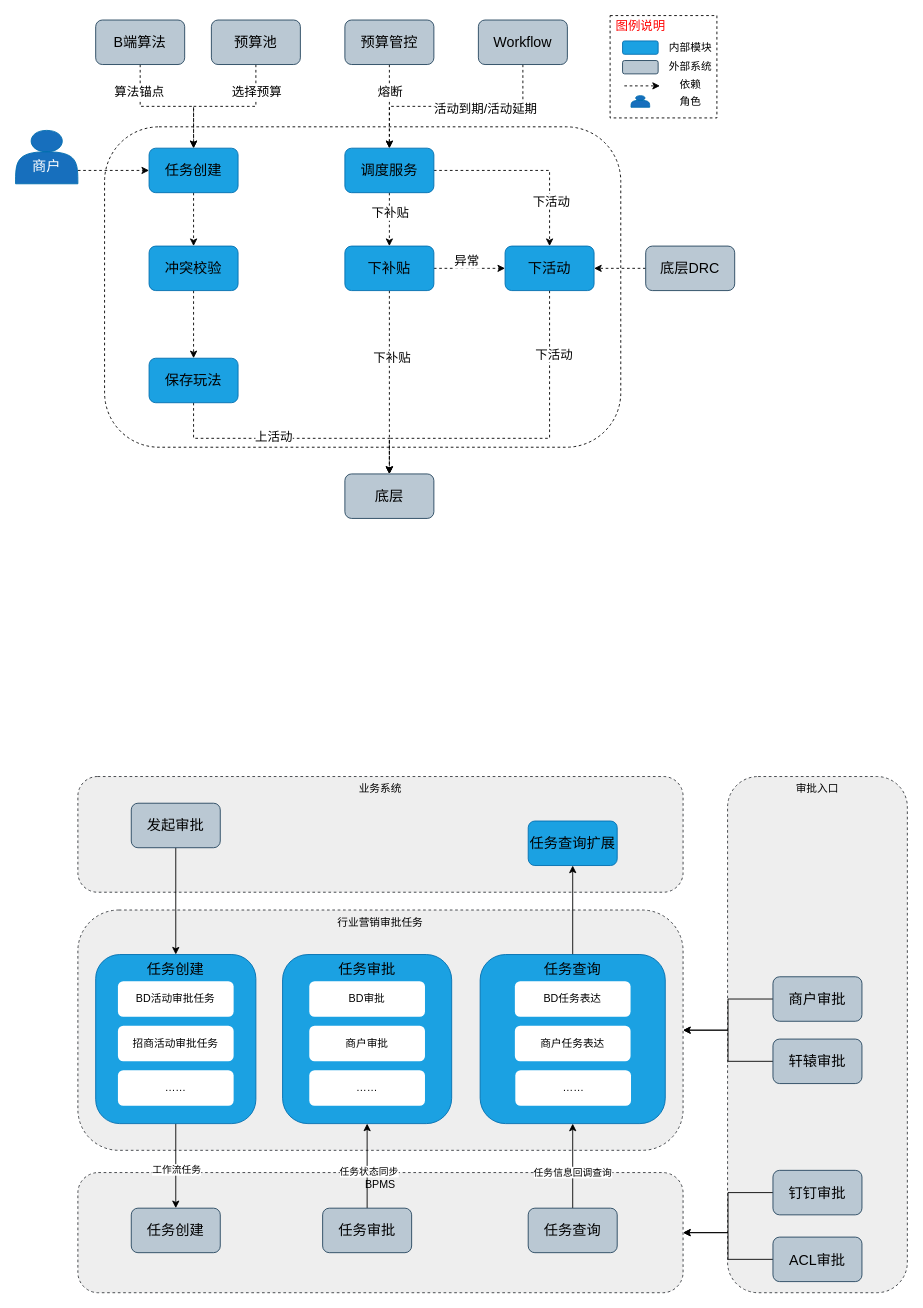
Earlier version of the draw.io diagram page "审批流逻辑架构" (2 of 5) of 阶梯爆红包架构方案.drawio (jon-kong/draw.io). Source tidied: cells renumbered, new cells numbered last; positions are measured from the earlier drawing's top-left corner, leaving out a move shared by most shapes. Both pictures are drawn from the tidied source at 89%, with x=0, y=0 at pixel (15, 15).
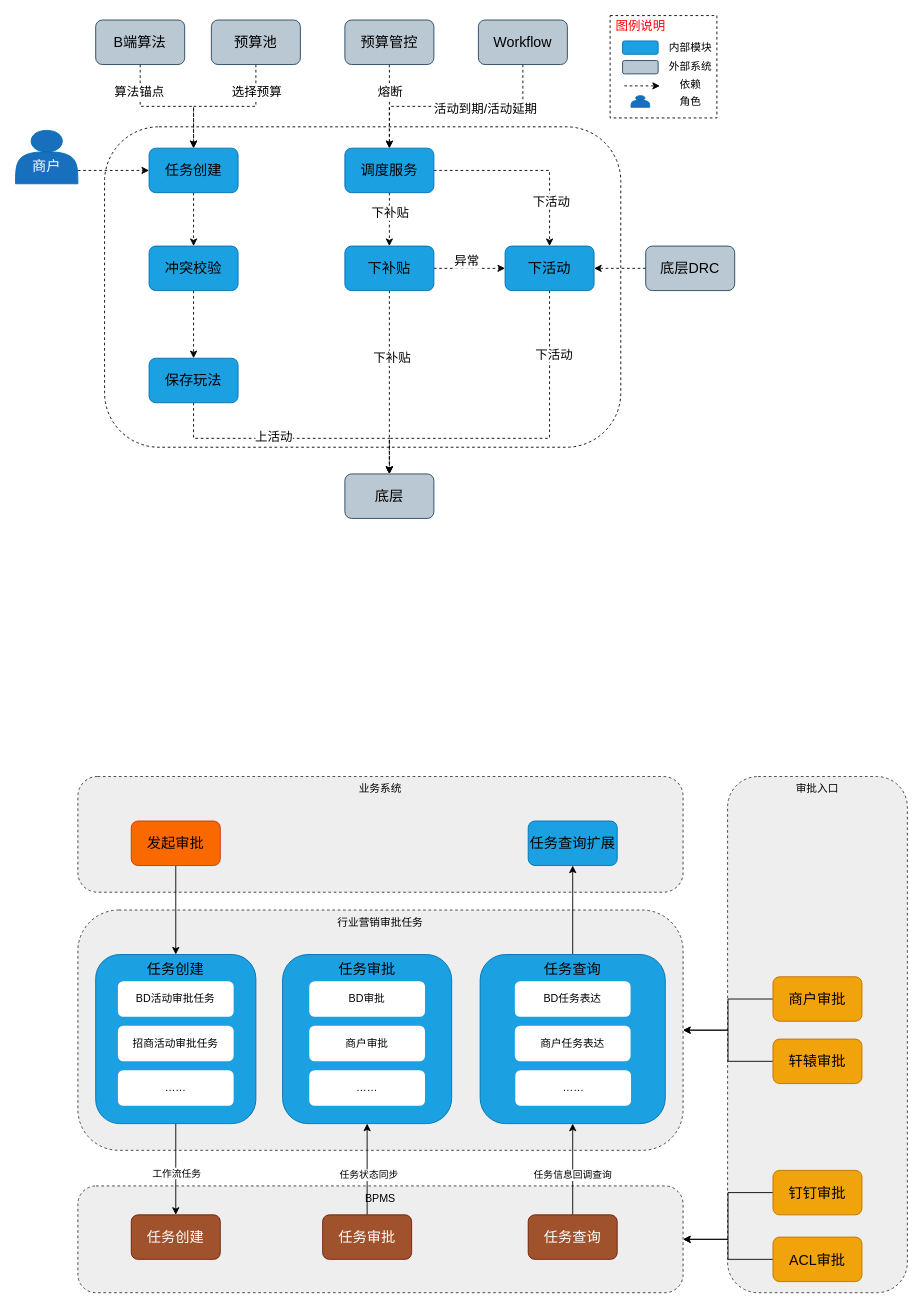
After the change.

Diff of the diagram source:
```diff
@@
     <mxCell id="2" value="BPMS" style="rounded=1;whiteSpace=wrap;html=1;dashed=1;arcSize=17;verticalAlign=top;fillColor=#eeeeee;strokeColor=#36393d;" parent="1" vertex="1">
-      <mxGeometry x="70" y="1300" width="680" height="135" as="geometry" />
+      <mxGeometry x="70" y="1315" width="680" height="120" as="geometry" />
     </mxCell>
@@
-    <mxCell id="59" value="商户审批" style="rounded=1;whiteSpace=wrap;html=1;fillColor=#bac8d3;strokeColor=#23445d;fontSize=16;" parent="1" vertex="1">
+    <mxCell id="59" value="商户审批" style="rounded=1;whiteSpace=wrap;html=1;fillColor=#f0a30a;strokeColor=#BD7000;fontSize=16;fontColor=#000000;" parent="1" vertex="1">
       <mxGeometry x="851" y="1080" width="100" height="50" as="geometry" />
     </mxCell>
@@
-    <mxCell id="61" value="轩辕审批" style="rounded=1;whiteSpace=wrap;html=1;fillColor=#bac8d3;strokeColor=#23445d;fontSize=16;" parent="1" vertex="1">
+    <mxCell id="61" value="轩辕审批" style="rounded=1;whiteSpace=wrap;html=1;fillColor=#f0a30a;strokeColor=#BD7000;fontSize=16;fontColor=#000000;" parent="1" vertex="1">
       <mxGeometry x="851" y="1150" width="100" height="50" as="geometry" />
     </mxCell>
@@
-    <mxCell id="63" value="钉钉审批" style="rounded=1;whiteSpace=wrap;html=1;fillColor=#bac8d3;strokeColor=#23445d;fontSize=16;" parent="1" vertex="1">
+    <mxCell id="63" value="钉钉审批" style="rounded=1;whiteSpace=wrap;html=1;fillColor=#f0a30a;strokeColor=#BD7000;fontSize=16;fontColor=#000000;" parent="1" vertex="1">
       <mxGeometry x="851" y="1297.5" width="100" height="50" as="geometry" />
     </mxCell>
@@
-    <mxCell id="65" value="ACL审批" style="rounded=1;whiteSpace=wrap;html=1;fillColor=#bac8d3;strokeColor=#23445d;fontSize=16;" parent="1" vertex="1">
+    <mxCell id="65" value="ACL审批" style="rounded=1;whiteSpace=wrap;html=1;fillColor=#f0a30a;strokeColor=#BD7000;fontSize=16;fontColor=#000000;" parent="1" vertex="1">
       <mxGeometry x="851" y="1372.5" width="100" height="50" as="geometry" />
     </mxCell>
-    <mxCell id="66" value="任务创建" style="rounded=1;whiteSpace=wrap;html=1;fillColor=#bac8d3;strokeColor=#23445d;fontSize=16;" parent="1" vertex="1">
-      <mxGeometry x="130" y="1340" width="100" height="50" as="geometry" />
+    <mxCell id="66" value="任务创建" style="rounded=1;whiteSpace=wrap;html=1;fillColor=#a0522d;strokeColor=#6D1F00;fontSize=16;fontColor=#ffffff;" parent="1" vertex="1">
+      <mxGeometry x="130" y="1347.5" width="100" height="50" as="geometry" />
     </mxCell>
@@
-    <mxCell id="69" value="任务审批" style="rounded=1;whiteSpace=wrap;html=1;fillColor=#bac8d3;strokeColor=#23445d;fontSize=16;" parent="1" vertex="1">
-      <mxGeometry x="345" y="1340" width="100" height="50" as="geometry" />
+    <mxCell id="69" value="任务审批" style="rounded=1;whiteSpace=wrap;html=1;fillColor=#a0522d;strokeColor=#6D1F00;fontSize=16;fontColor=#ffffff;" parent="1" vertex="1">
+      <mxGeometry x="345" y="1347.5" width="100" height="50" as="geometry" />
     </mxCell>
@@
-    <mxCell id="72" value="任务查询" style="rounded=1;whiteSpace=wrap;html=1;fillColor=#bac8d3;strokeColor=#23445d;fontSize=16;" parent="1" vertex="1">
-      <mxGeometry x="576" y="1340" width="100" height="50" as="geometry" />
+    <mxCell id="72" value="任务查询" style="rounded=1;whiteSpace=wrap;html=1;fillColor=#a0522d;strokeColor=#6D1F00;fontSize=16;fontColor=#ffffff;" parent="1" vertex="1">
+      <mxGeometry x="576" y="1347.5" width="100" height="50" as="geometry" />
     </mxCell>
@@
-    <mxCell id="76" value="发起审批" style="rounded=1;whiteSpace=wrap;html=1;fillColor=#bac8d3;strokeColor=#23445d;fontSize=16;" parent="1" vertex="1">
-      <mxGeometry x="130" y="885" width="100" height="50" as="geometry" />
+    <mxCell id="76" value="发起审批" style="rounded=1;whiteSpace=wrap;html=1;fillColor=#fa6800;strokeColor=#C73500;fontSize=16;fontColor=#000000;" parent="1" vertex="1">
+      <mxGeometry x="130" y="905" width="100" height="50" as="geometry" />
     </mxCell>
```
